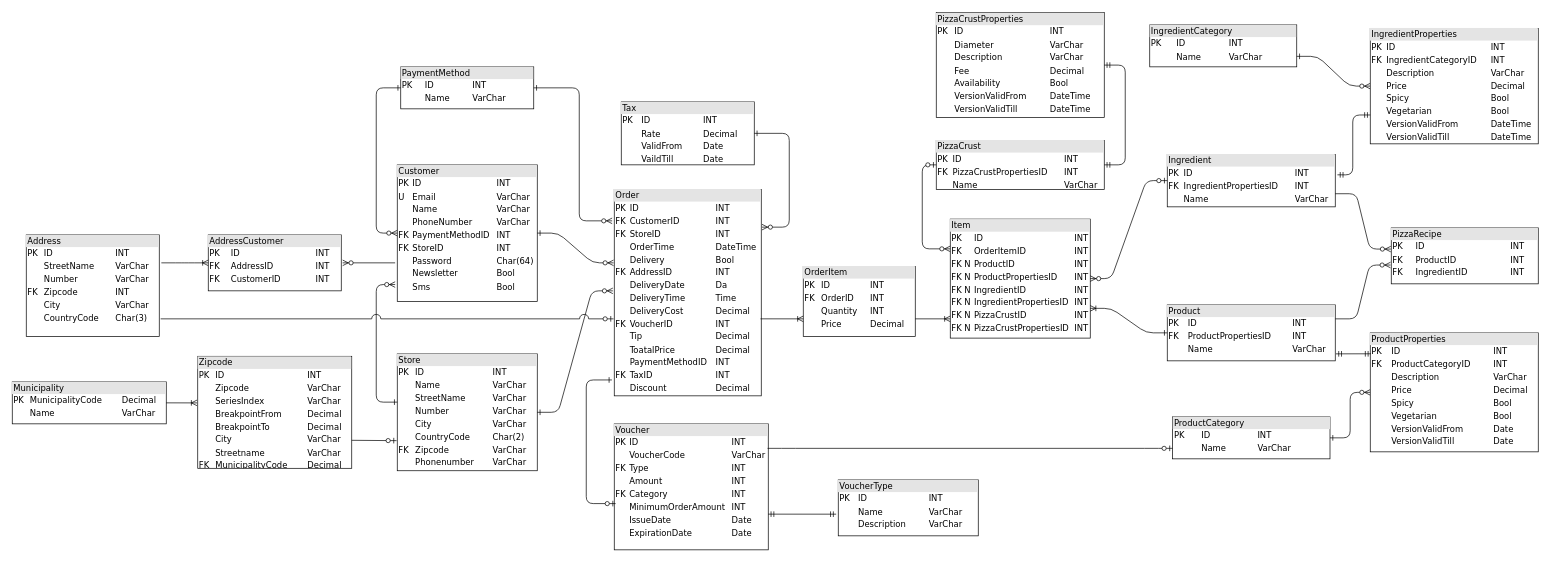
Before: DBO_huidige_situatie.drawio in SlatanEnLexSemester4/Mario-Pizza-Case, a draw.io diagram. Source tidied: cells renumbered, new cells numbered last; positions are measured from the earlier drawing's top-left corner, leaving out a move shared by most shapes. Both pictures are drawn from the tidied source at 70%, with x=0, y=0 at pixel (12, 12).
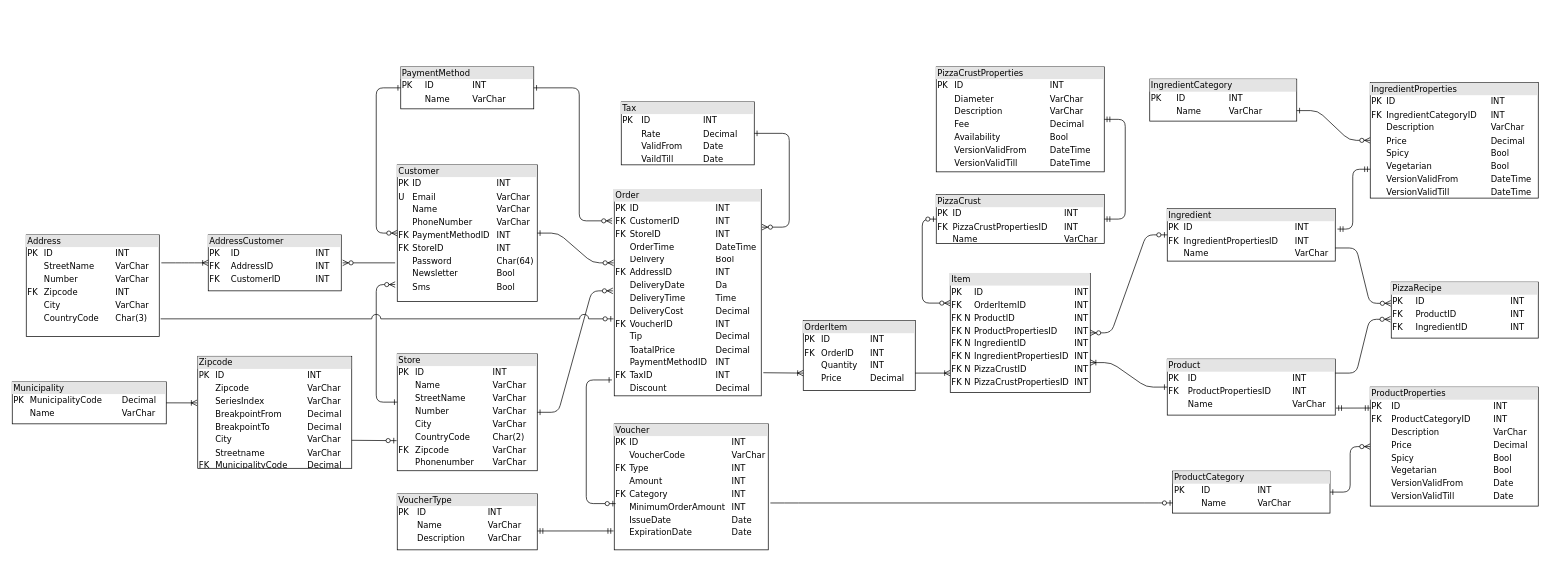
Above is the later version.

The change refers to these unchanged cells:
```xml
<mxCell id="14" value="&lt;div style=&quot;box-sizing: border-box ; width: 100% ; background: #e4e4e4 ; padding: 2px&quot;&gt;Order&lt;br&gt;&lt;/div&gt;&lt;table style=&quot;width: 100% ; font-size: 1em&quot; cellspacing=&quot;0&quot; cellpadding=&quot;2&quot;&gt;&lt;tbody&gt;&lt;tr&gt;&lt;td&gt;PK&lt;/td&gt;&lt;td&gt;ID&lt;br&gt;&lt;/td&gt;&lt;td&gt;INT&lt;/td&gt;&lt;/tr&gt;&lt;tr&gt;&lt;td&gt;FK&lt;/td&gt;&lt;td&gt;CustomerID&lt;br&gt;&lt;/td&gt;&lt;td&gt;INT&lt;/td&gt;&lt;/tr&gt;&lt;tr&gt;&lt;td&gt;FK&lt;/td&gt;&lt;td&gt;StoreID&lt;/td&gt;&lt;td&gt;INT&lt;/td&gt;&lt;/tr&gt;&lt;tr&gt;&lt;td&gt;&lt;br&gt;&lt;/td&gt;&lt;td&gt;OrderTime&lt;/td&gt;&lt;td&gt;DateTime&lt;/td&gt;&lt;/tr&gt;&lt;tr&gt;&lt;td&gt;&lt;br&gt;&lt;/td&gt;&lt;td&gt;Delivery&lt;/td&gt;&lt;td&gt;Bool&lt;/td&gt;&lt;/tr&gt;&lt;tr&gt;&lt;td&gt;FK&lt;/td&gt;&lt;td&gt;AddressID&lt;/td&gt;&lt;td&gt;INT&lt;/td&gt;&lt;/tr&gt;&lt;tr&gt;&lt;td&gt;&lt;br&gt;&lt;/td&gt;&lt;td&gt;DeliveryDate&lt;/td&gt;&lt;td&gt;Da&lt;/td&gt;&lt;/tr&gt;&lt;tr&gt;&lt;td&gt;&lt;br&gt;&lt;/td&gt;&lt;td&gt;DeliveryTime&lt;/td&gt;&lt;td&gt;Time&lt;/td&gt;&lt;/tr&gt;&lt;tr&gt;&lt;td&gt;&lt;br&gt;&lt;/td&gt;&lt;td&gt;DeliveryCost&lt;/td&gt;&lt;td&gt;Decimal&lt;/td&gt;&lt;/tr&gt;&lt;tr&gt;&lt;td&gt;FK&lt;/td&gt;&lt;td&gt;VoucherID&lt;/td&gt;&lt;td&gt;INT&lt;/td&gt;&lt;/tr&gt;&lt;tr&gt;&lt;td&gt;&lt;br&gt;&lt;/td&gt;&lt;td&gt;Tip&lt;/td&gt;&lt;td&gt;Decimal&lt;br&gt;&lt;/td&gt;&lt;/tr&gt;&lt;tr&gt;&lt;td&gt;&lt;br&gt;&lt;/td&gt;&lt;td&gt;ToatalPrice&lt;/td&gt;&lt;td&gt;Decimal&lt;/td&gt;&lt;/tr&gt;&lt;tr&gt;&lt;td&gt;&lt;br&gt;&lt;/td&gt;&lt;td&gt;PaymentMethodID&lt;/td&gt;&lt;td&gt;INT&lt;br&gt;&lt;/td&gt;&lt;/tr&gt;&lt;tr&gt;&lt;td&gt;FK&lt;/td&gt;&lt;td&gt;TaxID&lt;/td&gt;&lt;td&gt;INT&lt;/td&gt;&lt;/tr&gt;&lt;tr&gt;&lt;td&gt;&lt;br&gt;&lt;/td&gt;&lt;td&gt;Discount&lt;/td&gt;&lt;td&gt;Decimal&lt;/td&gt;&lt;/tr&gt;&lt;/tbody&gt;&lt;/table&gt;" style="verticalAlign=top;align=left;overflow=fill;html=1;rounded=0;shadow=0;comic=0;labelBackgroundColor=none;strokeWidth=1;fontFamily=Verdana;fontSize=12;" parent="1" vertex="1">
  <mxGeometry x="860" y="253" width="210" height="295" as="geometry" />
</mxCell>
<mxCell id="18" value="&lt;div style=&quot;box-sizing: border-box ; width: 100% ; background: #e4e4e4 ; padding: 2px&quot;&gt;Voucher&lt;br&gt;&lt;/div&gt;&lt;table style=&quot;width: 100% ; font-size: 1em&quot; cellspacing=&quot;0&quot; cellpadding=&quot;2&quot;&gt;&lt;tbody&gt;&lt;tr&gt;&lt;td&gt;PK&lt;/td&gt;&lt;td&gt;ID&lt;br&gt;&lt;/td&gt;&lt;td&gt;INT&lt;br&gt;&lt;/td&gt;&lt;/tr&gt;&lt;tr&gt;&lt;td&gt;&lt;br&gt;&lt;/td&gt;&lt;td&gt;VoucherCode&lt;/td&gt;&lt;td&gt;VarChar&lt;/td&gt;&lt;/tr&gt;&lt;tr&gt;&lt;td&gt;FK&lt;/td&gt;&lt;td&gt;Type&lt;/td&gt;&lt;td&gt;INT&lt;/td&gt;&lt;/tr&gt;&lt;tr&gt;&lt;td&gt;&lt;br&gt;&lt;/td&gt;&lt;td&gt;Amount&lt;/td&gt;&lt;td&gt;INT&lt;/td&gt;&lt;/tr&gt;&lt;tr&gt;&lt;td&gt;FK&lt;/td&gt;&lt;td&gt;Category&lt;/td&gt;&lt;td&gt;INT&lt;/td&gt;&lt;/tr&gt;&lt;tr&gt;&lt;td&gt;&lt;br&gt;&lt;/td&gt;&lt;td&gt;MinimumOrderAmount&lt;/td&gt;&lt;td&gt;INT&lt;/td&gt;&lt;/tr&gt;&lt;tr&gt;&lt;td&gt;&lt;br&gt;&lt;/td&gt;&lt;td&gt;IssueDate&lt;/td&gt;&lt;td&gt;Date&lt;/td&gt;&lt;/tr&gt;&lt;tr&gt;&lt;td&gt;&lt;br&gt;&lt;/td&gt;&lt;td&gt;ExpirationDate&lt;/td&gt;&lt;td&gt;Date&lt;br&gt;&lt;/td&gt;&lt;/tr&gt;&lt;/tbody&gt;&lt;/table&gt;" style="verticalAlign=top;align=left;overflow=fill;html=1;rounded=0;shadow=0;comic=0;labelBackgroundColor=none;strokeWidth=1;fontFamily=Verdana;fontSize=12;" parent="1" vertex="1">
  <mxGeometry x="860" y="588" width="220" height="180" as="geometry" />
</mxCell>
```

Change to the diagram source:
```diff
@@
     <mxCell id="2" value="&lt;div style=&quot;box-sizing: border-box ; width: 100% ; background: #e4e4e4 ; padding: 2px&quot;&gt;Product&lt;br&gt;&lt;/div&gt;&lt;table style=&quot;width: 100% ; font-size: 1em&quot; cellspacing=&quot;0&quot; cellpadding=&quot;2&quot;&gt;&lt;tbody&gt;&lt;tr&gt;&lt;td&gt;PK&amp;nbsp;&lt;/td&gt;&lt;td&gt;ID&lt;/td&gt;&lt;td&gt;INT&lt;br&gt;&lt;/td&gt;&lt;/tr&gt;&lt;tr&gt;&lt;td&gt;FK&lt;/td&gt;&lt;td&gt;ProductPropertiesID&lt;br&gt;&lt;/td&gt;&lt;td&gt;INT&lt;/td&gt;&lt;/tr&gt;&lt;tr&gt;&lt;td&gt;&lt;br&gt;&lt;/td&gt;&lt;td&gt;Name&lt;br&gt;&lt;/td&gt;&lt;td&gt;VarChar&lt;br&gt;&lt;/td&gt;&lt;/tr&gt;&lt;/tbody&gt;&lt;/table&gt;" style="verticalAlign=top;align=left;overflow=fill;html=1;rounded=0;shadow=0;comic=0;labelBackgroundColor=none;strokeWidth=1;fontFamily=Verdana;fontSize=12;" parent="1" vertex="1">
-      <mxGeometry x="1650" y="418" width="240" height="80" as="geometry" />
+      <mxGeometry x="1650" y="495.5" width="240" height="80" as="geometry" />
     </mxCell>
     <mxCell id="3" value="&lt;div style=&quot;box-sizing: border-box ; width: 100% ; background: #e4e4e4 ; padding: 2px&quot;&gt;PizzaCrust&lt;br&gt;&lt;/div&gt;&lt;table style=&quot;width: 100% ; font-size: 1em&quot; cellspacing=&quot;0&quot; cellpadding=&quot;2&quot;&gt;&lt;tbody&gt;&lt;tr&gt;&lt;td&gt;PK&lt;/td&gt;&lt;td&gt;ID&lt;/td&gt;&lt;td&gt;INT&lt;/td&gt;&lt;/tr&gt;&lt;tr&gt;&lt;td&gt;FK&lt;/td&gt;&lt;td&gt;PizzaCrustPropertiesID&lt;/td&gt;&lt;td&gt;INT&lt;/td&gt;&lt;/tr&gt;&lt;tr&gt;&lt;td&gt;&lt;br&gt;&lt;/td&gt;&lt;td&gt;Name&lt;br&gt;&lt;/td&gt;&lt;td&gt;VarChar&lt;/td&gt;&lt;/tr&gt;&lt;/tbody&gt;&lt;/table&gt;" style="verticalAlign=top;align=left;overflow=fill;html=1;rounded=0;shadow=0;comic=0;labelBackgroundColor=none;strokeWidth=1;fontFamily=Verdana;fontSize=12;" parent="1" vertex="1">
-      <mxGeometry x="1320" y="183" width="240" height="70" as="geometry" />
+      <mxGeometry x="1320" y="260.5" width="240" height="70" as="geometry" />
     </mxCell>
@@
     <mxCell id="5" value="&lt;div style=&quot;box-sizing: border-box ; width: 100% ; background: #e4e4e4 ; padding: 2px&quot;&gt;Ingredient&lt;br&gt;&lt;/div&gt;&lt;table style=&quot;width: 100% ; font-size: 1em&quot; cellspacing=&quot;0&quot; cellpadding=&quot;2&quot;&gt;&lt;tbody&gt;&lt;tr&gt;&lt;td&gt;PK&lt;/td&gt;&lt;td&gt;ID&lt;/td&gt;&lt;td&gt;INT&lt;/td&gt;&lt;/tr&gt;&lt;tr&gt;&lt;td&gt;FK&lt;/td&gt;&lt;td&gt;IngredientPropertiesID&lt;/td&gt;&lt;td&gt;INT&lt;/td&gt;&lt;/tr&gt;&lt;tr&gt;&lt;td&gt;&lt;br&gt;&lt;/td&gt;&lt;td&gt;Name&lt;br&gt;&lt;/td&gt;&lt;td&gt;VarChar&lt;/td&gt;&lt;/tr&gt;&lt;/tbody&gt;&lt;/table&gt;" style="verticalAlign=top;align=left;overflow=fill;html=1;rounded=0;shadow=0;comic=0;labelBackgroundColor=none;strokeWidth=1;fontFamily=Verdana;fontSize=12;" parent="1" vertex="1">
-      <mxGeometry x="1650" y="203" width="240" height="75" as="geometry" />
+      <mxGeometry x="1650" y="280.5" width="240" height="75" as="geometry" />
     </mxCell>
@@
     <mxCell id="8" value="&lt;div style=&quot;box-sizing: border-box ; width: 100% ; background: #e4e4e4 ; padding: 2px&quot;&gt;ProductCategory&lt;br&gt;&lt;/div&gt;&lt;table style=&quot;width: 100% ; font-size: 1em&quot; cellspacing=&quot;0&quot; cellpadding=&quot;2&quot;&gt;&lt;tbody&gt;&lt;tr&gt;&lt;td&gt;PK&lt;/td&gt;&lt;td&gt;ID&lt;br&gt;&lt;/td&gt;&lt;td&gt;INT&lt;/td&gt;&lt;/tr&gt;&lt;tr&gt;&lt;td&gt;&lt;br&gt;&lt;/td&gt;&lt;td&gt;Name&lt;br&gt;&lt;/td&gt;&lt;td&gt;VarChar&lt;/td&gt;&lt;/tr&gt;&lt;/tbody&gt;&lt;/table&gt;" style="verticalAlign=top;align=left;overflow=fill;html=1;rounded=0;shadow=0;comic=0;labelBackgroundColor=none;strokeWidth=1;fontFamily=Verdana;fontSize=12;" parent="1" vertex="1">
-      <mxGeometry x="1657.5" y="578" width="225" height="60" as="geometry" />
+      <mxGeometry x="1657.5" y="655.5" width="225" height="60" as="geometry" />
     </mxCell>
@@
     <mxCell id="11" value="&lt;div style=&quot;box-sizing: border-box ; width: 100% ; background: #e4e4e4 ; padding: 2px&quot;&gt;IngredientCategory&lt;br&gt;&lt;/div&gt;&lt;table style=&quot;width: 100% ; font-size: 1em&quot; cellspacing=&quot;0&quot; cellpadding=&quot;2&quot;&gt;&lt;tbody&gt;&lt;tr&gt;&lt;td&gt;PK&lt;/td&gt;&lt;td&gt;ID&lt;br&gt;&lt;/td&gt;&lt;td&gt;INT&lt;/td&gt;&lt;/tr&gt;&lt;tr&gt;&lt;td&gt;&lt;br&gt;&lt;/td&gt;&lt;td&gt;Name&lt;br&gt;&lt;/td&gt;&lt;td&gt;VarChar&lt;/td&gt;&lt;/tr&gt;&lt;/tbody&gt;&lt;/table&gt;" style="verticalAlign=top;align=left;overflow=fill;html=1;rounded=0;shadow=0;comic=0;labelBackgroundColor=none;strokeWidth=1;fontFamily=Verdana;fontSize=12;" parent="1" vertex="1">
-      <mxGeometry x="1625" y="18" width="210" height="60" as="geometry" />
+      <mxGeometry x="1625" y="95.5" width="210" height="60" as="geometry" />
     </mxCell>
     <mxCell id="12" value="&lt;div style=&quot;box-sizing: border-box ; width: 100% ; background: #e4e4e4 ; padding: 2px&quot;&gt;PizzaRecipe&lt;br&gt;&lt;/div&gt;&lt;table style=&quot;width: 100% ; font-size: 1em&quot; cellspacing=&quot;0&quot; cellpadding=&quot;2&quot;&gt;&lt;tbody&gt;&lt;tr&gt;&lt;td&gt;PK&lt;/td&gt;&lt;td&gt;ID&lt;/td&gt;&lt;td&gt;INT&lt;/td&gt;&lt;/tr&gt;&lt;tr&gt;&lt;td&gt;FK&lt;/td&gt;&lt;td&gt;ProductID&lt;br&gt;&lt;/td&gt;&lt;td&gt;INT&lt;/td&gt;&lt;/tr&gt;&lt;tr&gt;&lt;td&gt;FK&lt;/td&gt;&lt;td&gt;IngredientID&lt;br&gt;&lt;/td&gt;&lt;td&gt;INT&lt;/td&gt;&lt;/tr&gt;&lt;/tbody&gt;&lt;/table&gt;" style="verticalAlign=top;align=left;overflow=fill;html=1;rounded=0;shadow=0;comic=0;labelBackgroundColor=none;strokeWidth=1;fontFamily=Verdana;fontSize=12;" parent="1" vertex="1">
-      <mxGeometry x="1970" y="308" width="210" height="80" as="geometry" />
+      <mxGeometry x="1970" y="385.5" width="210" height="80" as="geometry" />
     </mxCell>
     <mxCell id="13" value="&lt;div style=&quot;box-sizing: border-box ; width: 100% ; background: #e4e4e4 ; padding: 2px&quot;&gt;OrderItem&lt;br&gt;&lt;/div&gt;&lt;table style=&quot;width: 100% ; font-size: 1em&quot; cellspacing=&quot;0&quot; cellpadding=&quot;2&quot;&gt;&lt;tbody&gt;&lt;tr&gt;&lt;td&gt;PK&lt;/td&gt;&lt;td&gt;ID&lt;/td&gt;&lt;td&gt;INT&lt;/td&gt;&lt;/tr&gt;&lt;tr&gt;&lt;td&gt;FK&lt;/td&gt;&lt;td&gt;OrderID&lt;br&gt;&lt;/td&gt;&lt;td&gt;INT&lt;/td&gt;&lt;/tr&gt;&lt;tr&gt;&lt;td&gt;&lt;br&gt;&lt;/td&gt;&lt;td&gt;Quantity&lt;/td&gt;&lt;td&gt;INT&lt;/td&gt;&lt;/tr&gt;&lt;tr&gt;&lt;td&gt;&lt;br&gt;&lt;/td&gt;&lt;td&gt;Price&lt;br&gt;&lt;/td&gt;&lt;td&gt;Decimal&lt;br&gt;&lt;/td&gt;&lt;/tr&gt;&lt;/tbody&gt;&lt;/table&gt;" style="verticalAlign=top;align=left;overflow=fill;html=1;rounded=0;shadow=0;comic=0;labelBackgroundColor=none;strokeWidth=1;fontFamily=Verdana;fontSize=12;" parent="1" vertex="1">
-      <mxGeometry x="1130" y="363" width="160" height="100" as="geometry" />
+      <mxGeometry x="1130" y="440.5" width="160" height="100" as="geometry" />
     </mxCell>
@@
     <mxCell id="19" value="&lt;div style=&quot;box-sizing: border-box ; width: 100% ; background: #e4e4e4 ; padding: 2px&quot;&gt;Item&lt;br&gt;&lt;/div&gt;&lt;table style=&quot;width: 100% ; font-size: 1em&quot; cellspacing=&quot;0&quot; cellpadding=&quot;2&quot;&gt;&lt;tbody&gt;&lt;tr&gt;&lt;td&gt;PK&lt;/td&gt;&lt;td&gt;ID&lt;/td&gt;&lt;td&gt;INT&lt;/td&gt;&lt;/tr&gt;&lt;tr&gt;&lt;td&gt;FK&lt;/td&gt;&lt;td&gt;OrderItemID&lt;br&gt;&lt;/td&gt;&lt;td&gt;INT&lt;/td&gt;&lt;/tr&gt;&lt;tr&gt;&lt;td&gt;FK N&lt;/td&gt;&lt;td&gt;ProductID&lt;/td&gt;&lt;td&gt;INT&lt;/td&gt;&lt;/tr&gt;&lt;tr&gt;&lt;td&gt;FK N&lt;/td&gt;&lt;td&gt;&lt;span style=&quot;background-color: rgb(255 , 255 , 255)&quot;&gt;ProductPropertiesID&lt;/span&gt;&lt;/td&gt;&lt;td&gt;INT&lt;/td&gt;&lt;/tr&gt;&lt;tr&gt;&lt;td&gt;FK N&lt;/td&gt;&lt;td&gt;IngredientID&lt;/td&gt;&lt;td&gt;INT&lt;/td&gt;&lt;/tr&gt;&lt;tr&gt;&lt;td&gt;FK N&lt;/td&gt;&lt;td&gt;&lt;span style=&quot;background-color: rgb(255 , 255 , 255)&quot;&gt;IngredientPropertiesID&lt;/span&gt;&lt;/td&gt;&lt;td&gt;INT&lt;/td&gt;&lt;/tr&gt;&lt;tr&gt;&lt;td&gt;FK N&lt;/td&gt;&lt;td&gt;PizzaCrustID&lt;/td&gt;&lt;td&gt;INT&lt;/td&gt;&lt;/tr&gt;&lt;tr&gt;&lt;td&gt;FK N&lt;/td&gt;&lt;td&gt;&lt;span style=&quot;background-color: rgb(255 , 255 , 255)&quot;&gt;PizzaCrustPropertiesID&lt;/span&gt;&lt;/td&gt;&lt;td&gt;INT&lt;/td&gt;&lt;/tr&gt;&lt;/tbody&gt;&lt;/table&gt;" style="verticalAlign=top;align=left;overflow=fill;html=1;rounded=0;shadow=0;comic=0;labelBackgroundColor=none;strokeWidth=1;fontFamily=Verdana;fontSize=12;" parent="1" vertex="1">
-      <mxGeometry x="1340" y="295.5" width="200" height="170" as="geometry" />
+      <mxGeometry x="1340" y="373" width="200" height="170" as="geometry" />
     </mxCell>
@@
-    <mxCell id="21" style="fontSize=12;html=1;endArrow=ERoneToMany;endFill=0;entryX=0;entryY=0.75;entryDx=0;entryDy=0;exitX=0.995;exitY=0.627;exitDx=0;exitDy=0;exitPerimeter=0;" parent="1" edge="1" source="14" target="13">
+    <mxCell id="21" style="fontSize=12;html=1;endArrow=ERoneToMany;endFill=0;entryX=0;entryY=0.75;entryDx=0;entryDy=0;exitX=1.014;exitY=0.888;exitDx=0;exitDy=0;exitPerimeter=0;" parent="1" edge="1" source="14" target="13">
       <mxGeometry relative="1" as="geometry" />
     </mxCell>
@@
     <mxCell id="23" style="fontSize=12;html=1;endArrow=ERoneToMany;endFill=0;exitX=1;exitY=0.75;exitDx=0;exitDy=0;" parent="1" edge="1" source="13">
       <mxGeometry relative="1" as="geometry">
-        <mxPoint x="1340" y="438" as="targetPoint" />
+        <mxPoint x="1340" y="515.5" as="targetPoint" />
       </mxGeometry>
     </mxCell>
     <mxCell id="24" style="fontSize=12;html=1;endArrow=ERzeroToOne;endFill=1;startArrow=ERzeroToMany;startFill=1;exitX=0;exitY=0.25;exitDx=0;exitDy=0;edgeStyle=orthogonalEdgeStyle;entryX=0;entryY=0.5;entryDx=0;entryDy=0;" parent="1" edge="1" source="19" target="3">
       <mxGeometry relative="1" as="geometry">
         <Array as="points">
-          <mxPoint x="1300" y="338" />
-          <mxPoint x="1300" y="218" />
+          <mxPoint x="1300" y="415.5" />
+          <mxPoint x="1300" y="295.5" />
         </Array>
       </mxGeometry>
     </mxCell>
@@
     <mxCell id="42" value="&lt;div style=&quot;box-sizing: border-box ; width: 100% ; background: #e4e4e4 ; padding: 2px&quot;&gt;VoucherType&lt;br&gt;&lt;/div&gt;&lt;table style=&quot;width: 100% ; font-size: 1em&quot; cellspacing=&quot;0&quot; cellpadding=&quot;2&quot;&gt;&lt;tbody&gt;&lt;tr&gt;&lt;td&gt;PK&lt;/td&gt;&lt;td&gt;ID&lt;br&gt;&lt;/td&gt;&lt;td&gt;INT&lt;br&gt;&lt;/td&gt;&lt;/tr&gt;&lt;tr&gt;&lt;td&gt;&lt;br&gt;&lt;/td&gt;&lt;td&gt;Name&lt;/td&gt;&lt;td&gt;VarChar&lt;/td&gt;&lt;/tr&gt;&lt;tr&gt;&lt;td&gt;&lt;br&gt;&lt;/td&gt;&lt;td&gt;Description&lt;/td&gt;&lt;td&gt;VarChar&lt;br&gt;&lt;/td&gt;&lt;/tr&gt;&lt;/tbody&gt;&lt;/table&gt;" style="verticalAlign=top;align=left;overflow=fill;html=1;rounded=0;shadow=0;comic=0;labelBackgroundColor=none;strokeWidth=1;fontFamily=Verdana;fontSize=12;" parent="1" vertex="1">
-      <mxGeometry x="1180" y="668" width="200" height="80" as="geometry" />
+      <mxGeometry x="550" y="688" width="200" height="80" as="geometry" />
     </mxCell>
     <mxCell id="43" value="&lt;div style=&quot;box-sizing: border-box ; width: 100% ; background: #e4e4e4 ; padding: 2px&quot;&gt;PizzaCrustProperties&lt;br&gt;&lt;/div&gt;&lt;table style=&quot;width: 100% ; font-size: 1em&quot; cellspacing=&quot;0&quot; cellpadding=&quot;2&quot;&gt;&lt;tbody&gt;&lt;tr&gt;&lt;td&gt;PK&lt;/td&gt;&lt;td&gt;ID&lt;/td&gt;&lt;td&gt;INT&lt;/td&gt;&lt;/tr&gt;&lt;tr&gt;&lt;td&gt;&lt;br&gt;&lt;/td&gt;&lt;td&gt;Diameter&lt;br&gt;&lt;/td&gt;&lt;td&gt;VarChar&lt;/td&gt;&lt;/tr&gt;&lt;tr&gt;&lt;td&gt;&lt;br&gt;&lt;/td&gt;&lt;td&gt;Description&lt;br&gt;&lt;/td&gt;&lt;td&gt;VarChar&lt;/td&gt;&lt;/tr&gt;&lt;tr&gt;&lt;td&gt;&lt;br&gt;&lt;/td&gt;&lt;td&gt;Fee&lt;br&gt;&lt;/td&gt;&lt;td&gt;Decimal&lt;/td&gt;&lt;/tr&gt;&lt;tr&gt;&lt;td&gt;&lt;br&gt;&lt;/td&gt;&lt;td&gt;Availability&lt;br&gt;&lt;/td&gt;&lt;td&gt;Bool&lt;/td&gt;&lt;/tr&gt;&lt;tr&gt;&lt;td&gt;&lt;br&gt;&lt;/td&gt;&lt;td&gt;VersionValidFrom&lt;/td&gt;&lt;td&gt;DateTime&lt;/td&gt;&lt;/tr&gt;&lt;tr&gt;&lt;td&gt;&lt;br&gt;&lt;/td&gt;&lt;td&gt;VersionValidTill&lt;/td&gt;&lt;td&gt;DateTime&lt;/td&gt;&lt;/tr&gt;&lt;/tbody&gt;&lt;/table&gt;" style="verticalAlign=top;align=left;overflow=fill;html=1;rounded=0;shadow=0;comic=0;labelBackgroundColor=none;strokeWidth=1;fontFamily=Verdana;fontSize=12;" parent="1" vertex="1">
-      <mxGeometry x="1320" y="0.5" width="240" height="150" as="geometry" />
+      <mxGeometry x="1320" y="78" width="240" height="150" as="geometry" />
     </mxCell>
@@
     <mxCell id="45" value="&lt;div style=&quot;box-sizing: border-box ; width: 100% ; background: #e4e4e4 ; padding: 2px&quot;&gt;IngredientProperties&lt;br&gt;&lt;/div&gt;&lt;table style=&quot;width: 100% ; font-size: 1em&quot; cellspacing=&quot;0&quot; cellpadding=&quot;2&quot;&gt;&lt;tbody&gt;&lt;tr&gt;&lt;td&gt;PK&lt;/td&gt;&lt;td&gt;ID&lt;/td&gt;&lt;td&gt;INT&lt;/td&gt;&lt;/tr&gt;&lt;tr&gt;&lt;td&gt;FK&lt;/td&gt;&lt;td&gt;IngredientCategoryID&lt;br&gt;&lt;/td&gt;&lt;td&gt;INT&lt;/td&gt;&lt;/tr&gt;&lt;tr&gt;&lt;td&gt;&lt;br&gt;&lt;/td&gt;&lt;td&gt;Description&lt;br&gt;&lt;/td&gt;&lt;td&gt;VarChar&lt;/td&gt;&lt;/tr&gt;&lt;tr&gt;&lt;td&gt;&lt;br&gt;&lt;/td&gt;&lt;td&gt;Price&lt;br&gt;&lt;/td&gt;&lt;td&gt;Decimal&lt;/td&gt;&lt;/tr&gt;&lt;tr&gt;&lt;td&gt;&lt;br&gt;&lt;/td&gt;&lt;td&gt;Spicy&lt;br&gt;&lt;/td&gt;&lt;td&gt;Bool&lt;/td&gt;&lt;/tr&gt;&lt;tr&gt;&lt;td&gt;&lt;br&gt;&lt;/td&gt;&lt;td&gt;Vegetarian&lt;br&gt;&lt;/td&gt;&lt;td&gt;Bool&lt;/td&gt;&lt;/tr&gt;&lt;tr&gt;&lt;td&gt;&lt;br&gt;&lt;/td&gt;&lt;td&gt;VersionValidFrom&lt;/td&gt;&lt;td&gt;DateTime&lt;/td&gt;&lt;/tr&gt;&lt;tr&gt;&lt;td&gt;&lt;br&gt;&lt;/td&gt;&lt;td&gt;VersionValidTill&lt;/td&gt;&lt;td&gt;DateTime&lt;/td&gt;&lt;/tr&gt;&lt;/tbody&gt;&lt;/table&gt;" style="verticalAlign=top;align=left;overflow=fill;html=1;rounded=0;shadow=0;comic=0;labelBackgroundColor=none;strokeWidth=1;fontFamily=Verdana;fontSize=12;" parent="1" vertex="1">
-      <mxGeometry x="1940" y="23" width="240" height="165" as="geometry" />
+      <mxGeometry x="1940" y="100.5" width="240" height="165" as="geometry" />
     </mxCell>
@@
     <mxCell id="47" value="&lt;div style=&quot;box-sizing: border-box ; width: 100% ; background: #e4e4e4 ; padding: 2px&quot;&gt;ProductProperties&lt;br&gt;&lt;/div&gt;&lt;table style=&quot;width: 100% ; font-size: 1em&quot; cellspacing=&quot;0&quot; cellpadding=&quot;2&quot;&gt;&lt;tbody&gt;&lt;tr&gt;&lt;td&gt;PK&amp;nbsp;&lt;/td&gt;&lt;td&gt;ID&lt;/td&gt;&lt;td&gt;INT&lt;br&gt;&lt;/td&gt;&lt;/tr&gt;&lt;tr&gt;&lt;td&gt;FK&lt;/td&gt;&lt;td&gt;ProductCategoryID&lt;br&gt;&lt;/td&gt;&lt;td&gt;INT&lt;/td&gt;&lt;/tr&gt;&lt;tr&gt;&lt;td&gt;&lt;br&gt;&lt;/td&gt;&lt;td&gt;Description&lt;br&gt;&lt;/td&gt;&lt;td&gt;VarChar&lt;br&gt;&lt;/td&gt;&lt;/tr&gt;&lt;tr&gt;&lt;td&gt;&lt;br&gt;&lt;/td&gt;&lt;td&gt;Price&lt;br&gt;&lt;/td&gt;&lt;td&gt;Decimal&lt;br&gt;&lt;/td&gt;&lt;/tr&gt;&lt;tr&gt;&lt;td&gt;&lt;br&gt;&lt;/td&gt;&lt;td&gt;Spicy&lt;br&gt;&lt;/td&gt;&lt;td&gt;Bool&lt;br&gt;&lt;/td&gt;&lt;/tr&gt;&lt;tr&gt;&lt;td&gt;&lt;br&gt;&lt;/td&gt;&lt;td&gt;Vegetarian&lt;br&gt;&lt;/td&gt;&lt;td&gt;Bool&lt;br&gt;&lt;/td&gt;&lt;/tr&gt;&lt;tr&gt;&lt;td&gt;&lt;br&gt;&lt;/td&gt;&lt;td&gt;VersionValidFrom&lt;/td&gt;&lt;td&gt;Date&lt;/td&gt;&lt;/tr&gt;&lt;tr&gt;&lt;td&gt;&lt;br&gt;&lt;/td&gt;&lt;td&gt;VersionValidTill&lt;/td&gt;&lt;td&gt;Date&lt;/td&gt;&lt;/tr&gt;&lt;/tbody&gt;&lt;/table&gt;" style="verticalAlign=top;align=left;overflow=fill;html=1;rounded=0;shadow=0;comic=0;labelBackgroundColor=none;strokeWidth=1;fontFamily=Verdana;fontSize=12;" parent="1" vertex="1">
-      <mxGeometry x="1940" y="458" width="240" height="170" as="geometry" />
+      <mxGeometry x="1940" y="535.5" width="240" height="170" as="geometry" />
     </mxCell>
@@
-    <mxCell id="51" style="edgeStyle=entityRelationEdgeStyle;fontSize=12;html=1;endArrow=ERzeroToOne;endFill=1;entryX=0;entryY=0.75;entryDx=0;entryDy=0;" parent="1" edge="1" target="8">
+    <mxCell id="51" style="edgeStyle=entityRelationEdgeStyle;fontSize=12;html=1;endArrow=ERzeroToOne;endFill=1;exitX=1.014;exitY=0.628;exitDx=0;exitDy=0;exitPerimeter=0;" parent="1" edge="1" source="18">
       <mxGeometry relative="1" as="geometry">
-        <mxPoint x="1079" y="623" as="sourcePoint" />
+        <mxPoint x="1658" y="701" as="targetPoint" />
       </mxGeometry>
     </mxCell>
-    <mxCell id="52" style="fontSize=12;html=1;endArrow=ERmandOne;startArrow=ERmandOne;entryX=-0.015;entryY=0.613;entryDx=0;entryDy=0;entryPerimeter=0;" parent="1" edge="1" target="42">
+    <mxCell id="52" style="fontSize=12;html=1;endArrow=ERmandOne;startArrow=ERmandOne;entryX=1;entryY=0.663;entryDx=0;entryDy=0;entryPerimeter=0;" parent="1" edge="1" target="42">
       <mxGeometry relative="1" as="geometry">
-        <mxPoint x="1080" y="717" as="sourcePoint" />
+        <mxPoint x="859" y="741" as="sourcePoint" />
       </mxGeometry>
     </mxCell>
```
